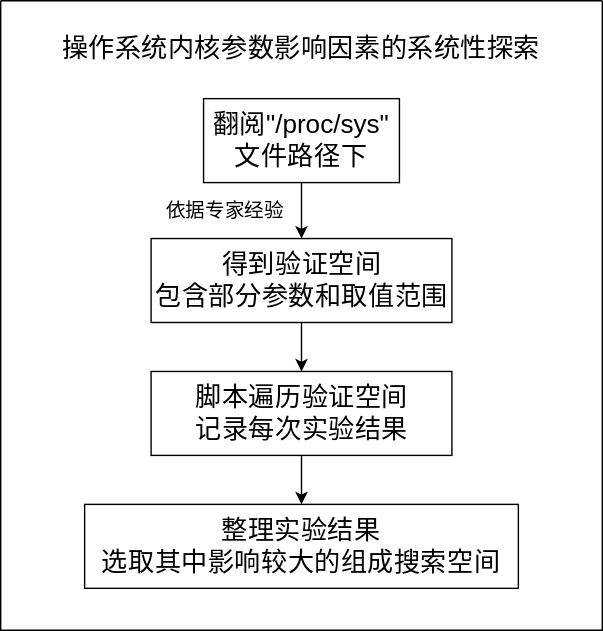
This is Lora.svg from Dong-J93/_pictures, a draw.io export, as it was before one commit. Source tidied: cells renumbered, new cells last; positions are measured from the earlier drawing's top-left corner, leaving out a move shared by most shapes.
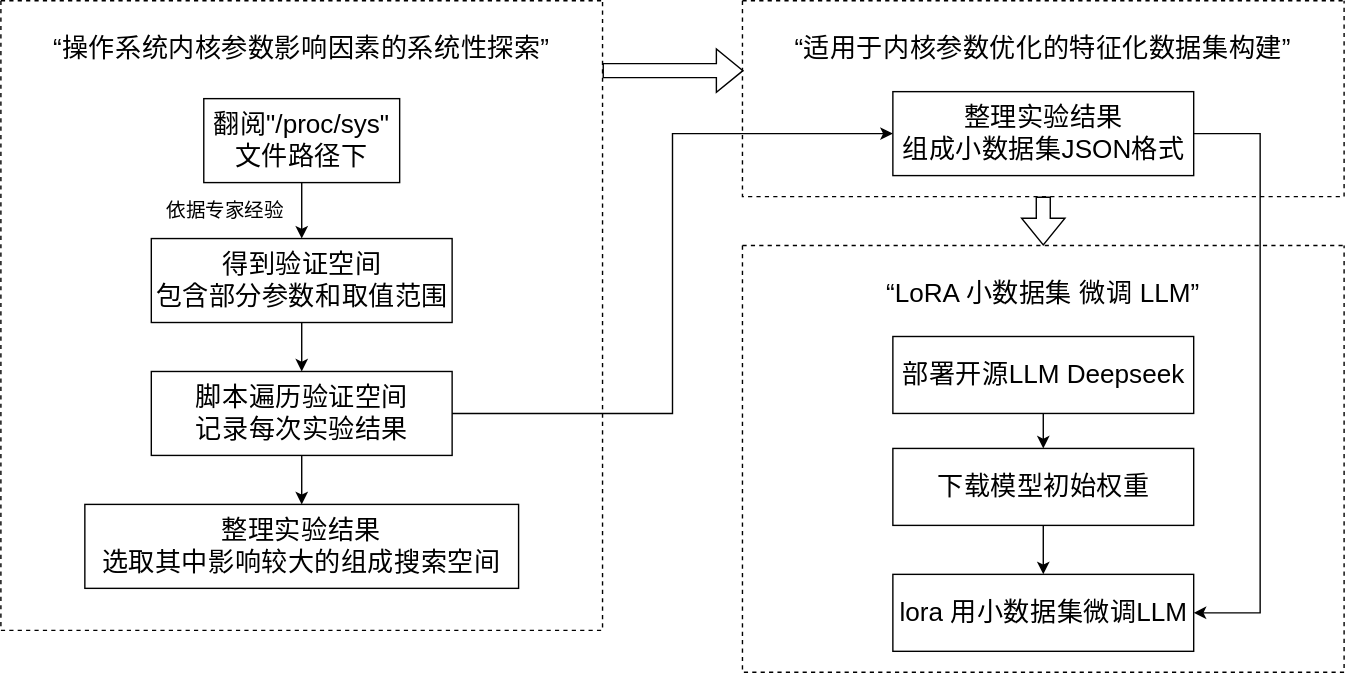
Above is the later version.

What changed in the source:
```diff
@@ -2,7 +2,7 @@
   <root>
     <mxCell id="0" />
     <mxCell id="1" parent="0" />
-    <mxCell id="2" style="swimlane;startSize=0;" parent="1" vertex="1">
+    <mxCell id="2" style="swimlane;startSize=0;dashed=1;" parent="1" vertex="1">
       <mxGeometry width="430" height="450" as="geometry" />
     </mxCell>
     <mxCell id="3" style="edgeStyle=orthogonalEdgeStyle;rounded=0;jettySize=auto;html=1;" parent="2" edge="1" source="4" target="7">
@@ -11,7 +11,7 @@
     <mxCell id="4" value="&lt;span style=&quot;font-size: 18.6667px;&quot;&gt;翻阅&lt;/span&gt;&lt;span style=&quot;font-size: 18.6667px; background-color: transparent; color: light-dark(rgb(0, 0, 0), rgb(255, 255, 255));&quot;&gt;&quot;/proc/sys&quot;&lt;/span&gt;&lt;div&gt;&lt;span style=&quot;font-size: 18.6667px; background-color: transparent; color: light-dark(rgb(0, 0, 0), rgb(255, 255, 255));&quot;&gt;文件路径下&lt;/span&gt;&lt;/div&gt;" style="rounded=0;whiteSpace=wrap;html=1;" parent="2" vertex="1">
       <mxGeometry x="145" y="70" width="140" height="60" as="geometry" />
     </mxCell>
-    <mxCell id="5" value="&lt;span style=&quot;font-size: 18.6667px;&quot;&gt;操作系统内核参数影响因素的系统性探索&lt;/span&gt;" style="text;html=1;align=center;verticalAlign=middle;whiteSpace=wrap;rounded=0;" parent="2" vertex="1">
+    <mxCell id="5" value="&lt;span style=&quot;font-size: 18.6667px;&quot;&gt;“操作系统内核参数影响因素的系统性探索”&lt;/span&gt;" style="text;html=1;align=center;verticalAlign=middle;whiteSpace=wrap;rounded=0;" parent="2" vertex="1">
       <mxGeometry x="20" y="20" width="390" height="30" as="geometry" />
     </mxCell>
     <mxCell id="6" style="edgeStyle=orthogonalEdgeStyle;rounded=0;jettySize=auto;html=1;" parent="2" edge="1" source="7" target="11">
@@ -32,5 +32,55 @@
     <mxCell id="11" value="&lt;span style=&quot;font-size: 18.6667px;&quot;&gt;脚本遍历验证空间&lt;/span&gt;&lt;div&gt;&lt;span style=&quot;font-size: 18.6667px;&quot;&gt;记录每次实验结果&lt;/span&gt;&lt;/div&gt;" style="rounded=0;whiteSpace=wrap;html=1;" parent="2" vertex="1">
       <mxGeometry x="107.5" y="265" width="215" height="60" as="geometry" />
     </mxCell>
+    <mxCell id="12" style="swimlane;startSize=0;dashed=1;" parent="1" vertex="1">
+      <mxGeometry x="530" width="430" height="140" as="geometry" />
+    </mxCell>
+    <mxCell id="13" value="&lt;span style=&quot;font-size: 18.6667px;&quot;&gt;整理实验结果&lt;/span&gt;&lt;div&gt;&lt;span style=&quot;font-size: 18.6667px;&quot;&gt;组成小数据集JSON格式&lt;/span&gt;&lt;/div&gt;" style="rounded=0;whiteSpace=wrap;html=1;" parent="12" vertex="1">
+      <mxGeometry x="107.5" y="65" width="215" height="60" as="geometry" />
+    </mxCell>
+    <mxCell id="14" value="&lt;span style=&quot;font-size:14.0pt;mso-bidi-font-size:12.0pt;&lt;br/&gt;font-family:宋体;mso-ascii-font-family:&amp;quot;Times New Roman&amp;quot;;mso-hansi-font-family:&lt;br/&gt;&amp;quot;Times New Roman&amp;quot;;mso-bidi-font-family:&amp;quot;Times New Roman&amp;quot;;mso-ansi-language:&lt;br/&gt;EN-US;mso-fareast-language:ZH-CN;mso-bidi-language:AR-SA;mso-bidi-font-weight:&lt;br/&gt;bold&quot;&gt;“适用于内核参数优化的特征化数据集构建”&lt;/span&gt;" style="text;html=1;align=center;verticalAlign=middle;whiteSpace=wrap;rounded=0;" parent="12" vertex="1">
+      <mxGeometry x="20" y="20" width="390" height="30" as="geometry" />
+    </mxCell>
+    <mxCell id="15" style="shape=flexArrow;endArrow=classic;html=1;rounded=0;entryX=0.01;entryY=0.483;entryDx=0;entryDy=0;entryPerimeter=0;exitX=1.008;exitY=0.483;exitDx=0;exitDy=0;exitPerimeter=0;" parent="1" edge="1">
+      <mxGeometry relative="1" as="geometry">
+        <mxPoint x="430" y="50" as="sourcePoint" />
+        <mxPoint x="530.9" y="50" as="targetPoint" />
+      </mxGeometry>
+    </mxCell>
+    <mxCell id="16" style="edgeStyle=orthogonalEdgeStyle;rounded=0;jettySize=auto;html=1;exitX=1;exitY=0.5;exitDx=0;exitDy=0;entryX=0;entryY=0.5;entryDx=0;entryDy=0;" parent="1" edge="1" source="11" target="13">
+      <mxGeometry relative="1" as="geometry" />
+    </mxCell>
+    <mxCell id="17" style="swimlane;startSize=0;dashed=1;" parent="1" vertex="1">
+      <mxGeometry x="530" y="175" width="430" height="305" as="geometry" />
+    </mxCell>
+    <mxCell id="18" style="edgeStyle=orthogonalEdgeStyle;rounded=0;jettySize=auto;html=1;" parent="17" edge="1" source="19" target="22">
+      <mxGeometry relative="1" as="geometry" />
+    </mxCell>
+    <mxCell id="19" value="&lt;span style=&quot;font-size: 18.6667px;&quot;&gt;部署开源LLM Deepseek&lt;/span&gt;" style="rounded=0;whiteSpace=wrap;html=1;" parent="17" vertex="1">
+      <mxGeometry x="107.5" y="65" width="215" height="55" as="geometry" />
+    </mxCell>
+    <mxCell id="20" value="&lt;span style=&quot;font-size: 18.6667px;&quot;&gt;“LoRA 小数据集 微调 LLM”&lt;/span&gt;" style="text;html=1;align=center;verticalAlign=middle;whiteSpace=wrap;rounded=0;" parent="17" vertex="1">
+      <mxGeometry x="20" y="20" width="390" height="30" as="geometry" />
+    </mxCell>
+    <mxCell id="21" style="edgeStyle=orthogonalEdgeStyle;rounded=0;jettySize=auto;html=1;" parent="17" edge="1" source="22" target="23">
+      <mxGeometry relative="1" as="geometry" />
+    </mxCell>
+    <mxCell id="22" value="&lt;span style=&quot;font-size: 18.6667px;&quot;&gt;下载模型初始权重&lt;/span&gt;" style="rounded=0;whiteSpace=wrap;html=1;" parent="17" vertex="1">
+      <mxGeometry x="107.5" y="145" width="215" height="55" as="geometry" />
+    </mxCell>
+    <mxCell id="23" value="&lt;span style=&quot;font-size: 18.6667px;&quot;&gt;lora 用小数据集微调LLM&lt;/span&gt;" style="rounded=0;whiteSpace=wrap;html=1;" parent="17" vertex="1">
+      <mxGeometry x="107.5" y="235" width="215" height="55" as="geometry" />
+    </mxCell>
+    <mxCell id="24" style="shape=flexArrow;endArrow=classic;html=1;rounded=0;entryX=0.5;entryY=0;entryDx=0;entryDy=0;exitX=0.5;exitY=1;exitDx=0;exitDy=0;" parent="1" edge="1" source="12" target="17">
+      <mxGeometry relative="1" as="geometry" />
+    </mxCell>
+    <mxCell id="25" style="edgeStyle=orthogonalEdgeStyle;rounded=0;jettySize=auto;html=1;exitX=1;exitY=0.5;exitDx=0;exitDy=0;entryX=1;entryY=0.5;entryDx=0;entryDy=0;" parent="1" edge="1" source="13" target="23">
+      <mxGeometry relative="1" as="geometry">
+        <Array as="points">
+          <mxPoint x="900" y="95" />
+          <mxPoint x="900" y="438" />
+        </Array>
+      </mxGeometry>
+    </mxCell>
   </root>
 </mxGraphModel>
```
